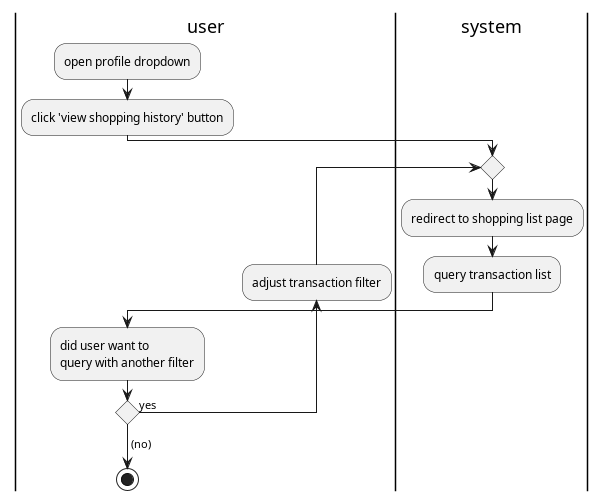
The PlantUML diagram thesis/latex/diagram/activity diagram/15. transaction/view transaction history/view transaction history.png in aldihsuhandi/skripsi-2023, before a commit.
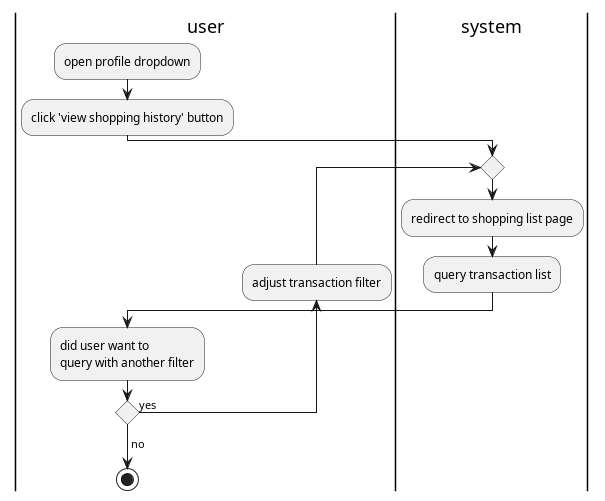
After the commit.

Change to the diagram source:
```diff
@@ -11,7 +11,7 @@
 :did user want to\nquery with another filter;
 backward:adjust transaction filter;
 repeat while () is (yes)
--> (no);
+-> no;
 stop
 
 @enduml
```
